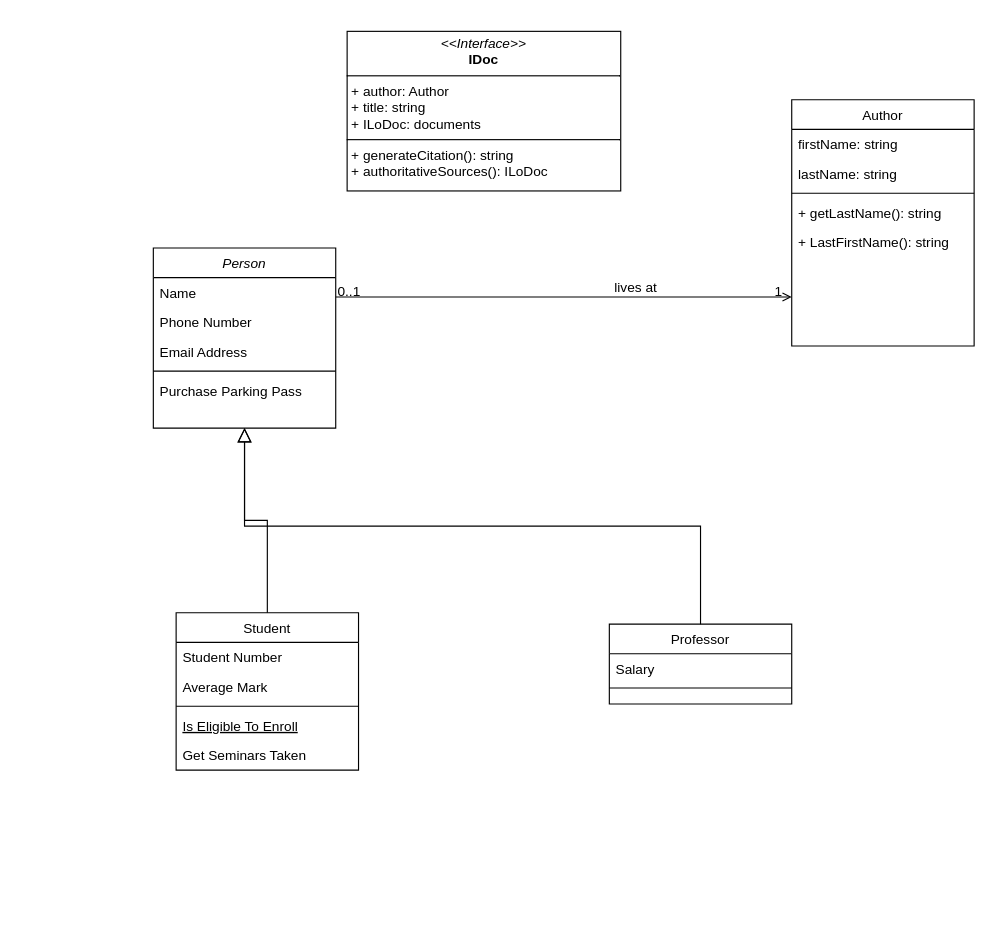
sauerBT/PersonalRepo keeps this draw.io diagram as CS2510_Problem_8.drawio. Above is the earlier version. Source tidied: cells renumbered, new cells numbered last; positions are measured from the earlier drawing's top-left corner, leaving out a move shared by most shapes. Both pictures are drawn from the tidied source at 114%, with x=0, y=0 at pixel (153, 31).
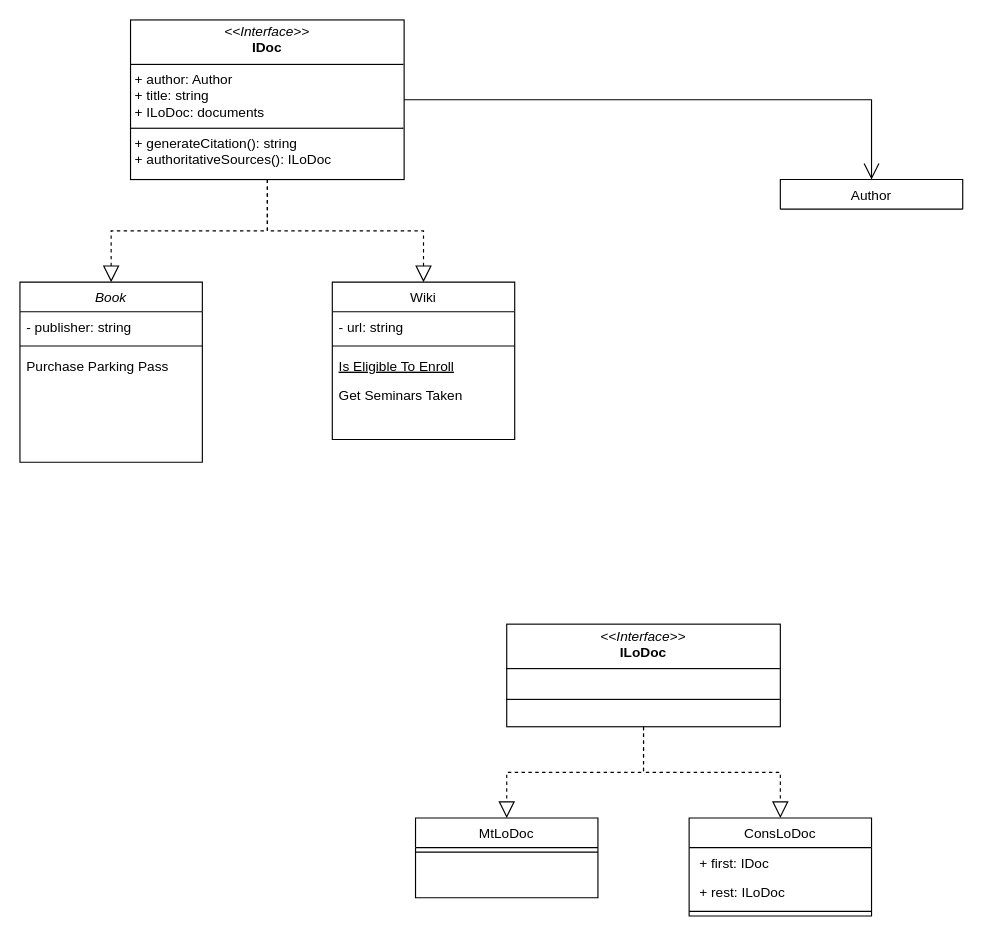
The same page after the edit.

What changed in the source:
```diff
@@
-    <mxCell id="2" value="Person" style="swimlane;fontStyle=2;align=center;verticalAlign=top;horizontal=1;startSize=26;rounded=0;shadow=0;strokeWidth=1;" parent="1" vertex="1">
-      <mxGeometry y="190" width="160" height="158" as="geometry" />
+    <mxCell id="2" value="Book" style="swimlane;fontStyle=2;align=center;verticalAlign=top;horizontal=1;startSize=26;rounded=0;shadow=0;strokeWidth=1;" parent="1" vertex="1">
+      <mxGeometry x="-117" y="220" width="160" height="158" as="geometry" />
     </mxCell>
-    <mxCell id="3" value="Name" style="text;align=left;verticalAlign=top;spacingLeft=4;spacingRight=4;overflow=hidden;" parent="2" vertex="1">
+    <mxCell id="3" value="- publisher: string" style="text;align=left;verticalAlign=top;spacingLeft=4;spacingRight=4;overflow=hidden;" parent="2" vertex="1">
       <mxGeometry y="26" width="160" height="26" as="geometry" />
     </mxCell>
-    <mxCell id="4" value="Phone Number" style="text;align=left;verticalAlign=top;spacingLeft=4;spacingRight=4;overflow=hidden;rounded=0;shadow=0;html=0;" parent="2" vertex="1">
-      <mxGeometry y="52" width="160" height="26" as="geometry" />
-    </mxCell>
-    <mxCell id="5" value="Email Address" style="text;align=left;verticalAlign=top;spacingLeft=4;spacingRight=4;overflow=hidden;rounded=0;shadow=0;html=0;" parent="2" vertex="1">
-      <mxGeometry y="78" width="160" height="26" as="geometry" />
-    </mxCell>
     <mxCell id="6" style="line;html=1;strokeWidth=1;align=left;verticalAlign=middle;spacingTop=-1;spacingLeft=3;spacingRight=3;labelPosition=right;" parent="2" vertex="1">
-      <mxGeometry y="104" width="160" height="8" as="geometry" />
+      <mxGeometry y="52" width="160" height="8" as="geometry" />
     </mxCell>
     <mxCell id="7" value="Purchase Parking Pass" style="text;align=left;verticalAlign=top;spacingLeft=4;spacingRight=4;overflow=hidden;" parent="2" vertex="1">
-      <mxGeometry y="112" width="160" height="26" as="geometry" />
+      <mxGeometry y="60" width="160" height="26" as="geometry" />
     </mxCell>
-    <mxCell id="8" value="Student" style="swimlane;fontStyle=0;align=center;verticalAlign=top;horizontal=1;startSize=26;rounded=0;shadow=0;strokeWidth=1;" parent="1" vertex="1">
-      <mxGeometry x="20" y="510" width="160" height="138" as="geometry" />
+    <mxCell id="8" value="Wiki" style="swimlane;fontStyle=0;align=center;verticalAlign=top;horizontal=1;startSize=26;rounded=0;shadow=0;strokeWidth=1;" parent="1" vertex="1">
+      <mxGeometry x="157" y="220" width="160" height="138" as="geometry" />
     </mxCell>
-    <mxCell id="9" value="Student Number" style="text;align=left;verticalAlign=top;spacingLeft=4;spacingRight=4;overflow=hidden;" parent="8" vertex="1">
+    <mxCell id="9" value="- url: string" style="text;align=left;verticalAlign=top;spacingLeft=4;spacingRight=4;overflow=hidden;" parent="8" vertex="1">
       <mxGeometry y="26" width="160" height="26" as="geometry" />
     </mxCell>
-    <mxCell id="10" value="Average Mark" style="text;align=left;verticalAlign=top;spacingLeft=4;spacingRight=4;overflow=hidden;rounded=0;shadow=0;html=0;" parent="8" vertex="1">
-      <mxGeometry y="52" width="160" height="26" as="geometry" />
-    </mxCell>
     <mxCell id="11" style="line;html=1;strokeWidth=1;align=left;verticalAlign=middle;spacingTop=-1;spacingLeft=3;spacingRight=3;labelPosition=right;" parent="8" vertex="1">
-      <mxGeometry y="78" width="160" height="8" as="geometry" />
+      <mxGeometry y="52" width="160" height="8" as="geometry" />
     </mxCell>
     <mxCell id="12" value="Is Eligible To Enroll" style="text;align=left;verticalAlign=top;spacingLeft=4;spacingRight=4;overflow=hidden;fontStyle=4;" parent="8" vertex="1">
-      <mxGeometry y="86" width="160" height="26" as="geometry" />
+      <mxGeometry y="60" width="160" height="26" as="geometry" />
     </mxCell>
     <mxCell id="13" value="Get Seminars Taken" style="text;align=left;verticalAlign=top;spacingLeft=4;spacingRight=4;overflow=hidden;" parent="8" vertex="1">
-      <mxGeometry y="112" width="160" height="26" as="geometry" />
+      <mxGeometry y="86" width="160" height="26" as="geometry" />
     </mxCell>
-    <mxCell id="14" style="endArrow=block;endSize=10;endFill=0;shadow=0;strokeWidth=1;rounded=0;curved=0;edgeStyle=elbowEdgeStyle;elbow=vertical;" parent="1" edge="1" source="8" target="2">
-      <mxGeometry relative="1" as="geometry" />
-    </mxCell>
-    <mxCell id="15" value="Professor" style="swimlane;fontStyle=0;align=center;verticalAlign=top;horizontal=1;startSize=26;rounded=0;shadow=0;strokeWidth=1;" parent="1" vertex="1">
-      <mxGeometry x="400" y="520" width="160" height="70" as="geometry" />
+    <mxCell id="15" value="ConsLoDoc" style="swimlane;fontStyle=0;align=center;verticalAlign=top;horizontal=1;startSize=26;rounded=0;shadow=0;strokeWidth=1;" parent="1" vertex="1">
+      <mxGeometry x="470" y="690" width="160" height="86" as="geometry" />
     </mxCell>
-    <mxCell id="16" value="Salary" style="text;align=left;verticalAlign=top;spacingLeft=4;spacingRight=4;overflow=hidden;" parent="15" vertex="1">
+    <mxCell id="16" value=" + first: IDoc" style="text;align=left;verticalAlign=top;spacingLeft=4;spacingRight=4;overflow=hidden;" parent="15" vertex="1">
       <mxGeometry y="26" width="160" height="26" as="geometry" />
     </mxCell>
+    <mxCell id="30" value=" + rest: ILoDoc" style="text;align=left;verticalAlign=top;spacingLeft=4;spacingRight=4;overflow=hidden;" parent="15" vertex="1">
+      <mxGeometry y="52" width="160" height="26" as="geometry" />
+    </mxCell>
     <mxCell id="17" style="line;html=1;strokeWidth=1;align=left;verticalAlign=middle;spacingTop=-1;spacingLeft=3;spacingRight=3;labelPosition=right;" parent="15" vertex="1">
-      <mxGeometry y="52" width="160" height="8" as="geometry" />
+      <mxGeometry y="78" width="160" height="8" as="geometry" />
     </mxCell>
-    <mxCell id="18" style="endArrow=block;endSize=10;endFill=0;shadow=0;strokeWidth=1;rounded=0;curved=0;edgeStyle=elbowEdgeStyle;elbow=vertical;" parent="1" edge="1" source="15" target="2">
-      <mxGeometry relative="1" as="geometry" />
-    </mxCell>
-    <mxCell id="19" value="Author" style="swimlane;fontStyle=0;align=center;verticalAlign=top;horizontal=1;startSize=26;rounded=0;shadow=0;strokeWidth=1;" parent="1" vertex="1">
-      <mxGeometry x="560" y="60" width="160" height="216" as="geometry" />
+    <mxCell id="19" value="Author" style="swimlane;fontStyle=0;align=center;verticalAlign=top;horizontal=1;startSize=26;rounded=0;shadow=0;strokeWidth=1;" parent="1" vertex="1" collapsed="1">
+      <mxGeometry x="550" y="130" width="160" height="26" as="geometry" />
     </mxCell>
-    <mxCell id="20" value="firstName: string" style="text;align=left;verticalAlign=top;spacingLeft=4;spacingRight=4;overflow=hidden;" parent="19" vertex="1">
-      <mxGeometry y="26" width="160" height="26" as="geometry" />
-    </mxCell>
-    <mxCell id="21" value="lastName: string" style="text;align=left;verticalAlign=top;spacingLeft=4;spacingRight=4;overflow=hidden;rounded=0;shadow=0;html=0;" parent="19" vertex="1">
-      <mxGeometry y="52" width="160" height="26" as="geometry" />
-    </mxCell>
-    <mxCell id="22" style="line;html=1;strokeWidth=1;align=left;verticalAlign=middle;spacingTop=-1;spacingLeft=3;spacingRight=3;labelPosition=right;" parent="19" vertex="1">
-      <mxGeometry y="78" width="160" height="8" as="geometry" />
-    </mxCell>
-    <mxCell id="23" value="+ getLastName(): string" style="text;align=left;verticalAlign=top;spacingLeft=4;spacingRight=4;overflow=hidden;" parent="19" vertex="1">
-      <mxGeometry y="86" width="160" height="26" as="geometry" />
-    </mxCell>
-    <mxCell id="24" value="+ LastFirstName(): string" style="text;align=left;verticalAlign=top;spacingLeft=4;spacingRight=4;overflow=hidden;" parent="19" vertex="1">
-      <mxGeometry y="112" width="160" height="26" as="geometry" />
-    </mxCell>
-    <mxCell id="25" style="endArrow=open;shadow=0;strokeWidth=1;rounded=0;curved=0;endFill=1;edgeStyle=elbowEdgeStyle;elbow=vertical;" parent="1" edge="1" source="2" target="19">
-      <mxGeometry x="0.5" y="41" relative="1" as="geometry">
-        <mxPoint x="-40" y="32" as="offset" />
-      </mxGeometry>
-    </mxCell>
-    <mxCell id="26" value="0..1" style="align=left;verticalAlign=bottom;labelBackgroundColor=none;fontSize=12;" parent="25" vertex="1">
-      <mxGeometry x="-1" relative="1" as="geometry">
-        <mxPoint y="4" as="offset" />
-      </mxGeometry>
-    </mxCell>
-    <mxCell id="27" value="1" style="align=right;verticalAlign=bottom;labelBackgroundColor=none;fontSize=12;" parent="25" vertex="1">
-      <mxGeometry x="1" relative="1" as="geometry">
-        <mxPoint x="-7" y="4" as="offset" />
-      </mxGeometry>
-    </mxCell>
-    <mxCell id="28" value="lives at" style="text;html=1;align=center;verticalAlign=middle;labelBackgroundColor=none;rounded=0;shadow=0;strokeWidth=1;fontSize=12;" parent="25" vertex="1">
-      <mxGeometry x="0.5" y="49" relative="1" as="geometry">
-        <mxPoint x="-38" y="40" as="offset" />
-      </mxGeometry>
-    </mxCell>
     <mxCell id="29" value="&lt;p style=&quot;margin:0px;margin-top:4px;text-align:center;&quot;&gt;&lt;i&gt;&amp;lt;&amp;lt;Interface&amp;gt;&amp;gt;&lt;/i&gt;&lt;br&gt;&lt;b&gt;IDoc&lt;/b&gt;&lt;br&gt;&lt;/p&gt;&lt;hr size=&quot;1&quot; style=&quot;border-style:solid;&quot;&gt;&lt;p style=&quot;margin:0px;margin-left:4px;&quot;&gt;+ author: Author&lt;br&gt;+ title: string&lt;/p&gt;&lt;p style=&quot;margin:0px;margin-left:4px;&quot;&gt;+ ILoDoc: documents&lt;br&gt;&lt;/p&gt;&lt;hr size=&quot;1&quot; style=&quot;border-style:solid;&quot;&gt;&lt;p style=&quot;margin:0px;margin-left:4px;&quot;&gt;+ generateCitation(): string&lt;br&gt;+ authoritativeSources(): ILoDoc&lt;/p&gt;" style="verticalAlign=top;align=left;overflow=fill;html=1;whiteSpace=wrap;" parent="1" vertex="1">
-      <mxGeometry x="170" width="240" height="140" as="geometry" />
+      <mxGeometry x="-20" y="-10" width="240" height="140" as="geometry" />
     </mxCell>
+    <mxCell id="31" value="&lt;p style=&quot;margin:0px;margin-top:4px;text-align:center;&quot;&gt;&lt;i&gt;&amp;lt;&amp;lt;Interface&amp;gt;&amp;gt;&lt;/i&gt;&lt;br&gt;&lt;b&gt;ILoDoc&lt;/b&gt;&lt;br&gt;&lt;/p&gt;&lt;hr size=&quot;1&quot; style=&quot;border-style:solid;&quot;&gt;&lt;br&gt;&lt;hr size=&quot;1&quot; style=&quot;border-style:solid;&quot;&gt;" style="verticalAlign=top;align=left;overflow=fill;html=1;whiteSpace=wrap;" parent="1" vertex="1">
+      <mxGeometry x="310" y="520" width="240" height="90" as="geometry" />
+    </mxCell>
+    <mxCell id="32" value="MtLoDoc" style="swimlane;fontStyle=0;align=center;verticalAlign=top;horizontal=1;startSize=26;rounded=0;shadow=0;strokeWidth=1;" parent="1" vertex="1">
+      <mxGeometry x="230" y="690" width="160" height="70" as="geometry" />
+    </mxCell>
+    <mxCell id="33" style="line;html=1;strokeWidth=1;align=left;verticalAlign=middle;spacingTop=-1;spacingLeft=3;spacingRight=3;labelPosition=right;" parent="32" vertex="1">
+      <mxGeometry y="26" width="160" height="8" as="geometry" />
+    </mxCell>
+    <mxCell id="34" style="endArrow=block;dashed=1;endFill=0;endSize=12;html=1;rounded=0;exitX=0.5;exitY=1;exitDx=0;exitDy=0;entryX=0.5;entryY=0;entryDx=0;entryDy=0;edgeStyle=orthogonalEdgeStyle;" parent="1" edge="1" source="31" target="32">
+      <mxGeometry relative="1" as="geometry" />
+    </mxCell>
+    <mxCell id="35" style="endArrow=block;dashed=1;endFill=0;endSize=12;html=1;rounded=0;exitX=0.5;exitY=1;exitDx=0;exitDy=0;entryX=0.5;entryY=0;entryDx=0;entryDy=0;edgeStyle=orthogonalEdgeStyle;" parent="1" edge="1" source="31" target="15">
+      <mxGeometry relative="1" as="geometry" />
+    </mxCell>
+    <mxCell id="36" style="endArrow=open;endFill=1;endSize=12;html=1;rounded=0;exitX=1;exitY=0.5;exitDx=0;exitDy=0;entryX=0.5;entryY=0;entryDx=0;entryDy=0;edgeStyle=orthogonalEdgeStyle;" parent="1" edge="1" source="29" target="19">
+      <mxGeometry relative="1" as="geometry" />
+    </mxCell>
+    <mxCell id="37" style="endArrow=block;dashed=1;endFill=0;endSize=12;html=1;rounded=0;exitX=0.5;exitY=1;exitDx=0;exitDy=0;entryX=0.5;entryY=0;entryDx=0;entryDy=0;edgeStyle=orthogonalEdgeStyle;" parent="1" edge="1" source="29" target="2">
+      <mxGeometry relative="1" as="geometry" />
+    </mxCell>
+    <mxCell id="38" style="endArrow=block;dashed=1;endFill=0;endSize=12;html=1;rounded=0;exitX=0.5;exitY=1;exitDx=0;exitDy=0;entryX=0.5;entryY=0;entryDx=0;entryDy=0;edgeStyle=orthogonalEdgeStyle;" parent="1" edge="1" source="29" target="8">
+      <mxGeometry relative="1" as="geometry" />
+    </mxCell>
```
